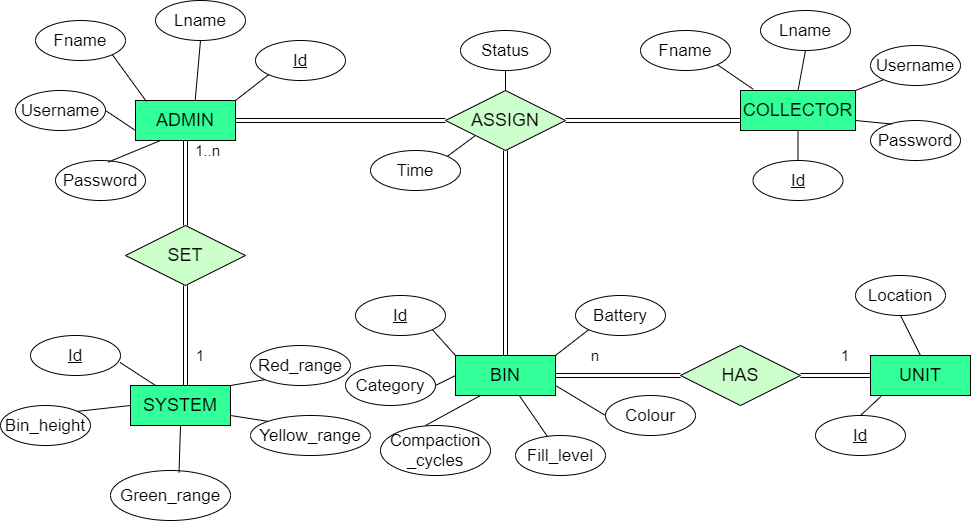
Above: docs/assets/images/diagrams/conceptual_schema.png in cepdnaclk/e17-3yp-smart-garbage-collection (draw.io), before the change. Source tidied: cells renumbered, new cells last; positions are measured from the earlier drawing's top-left corner, leaving out a move shared by most shapes.
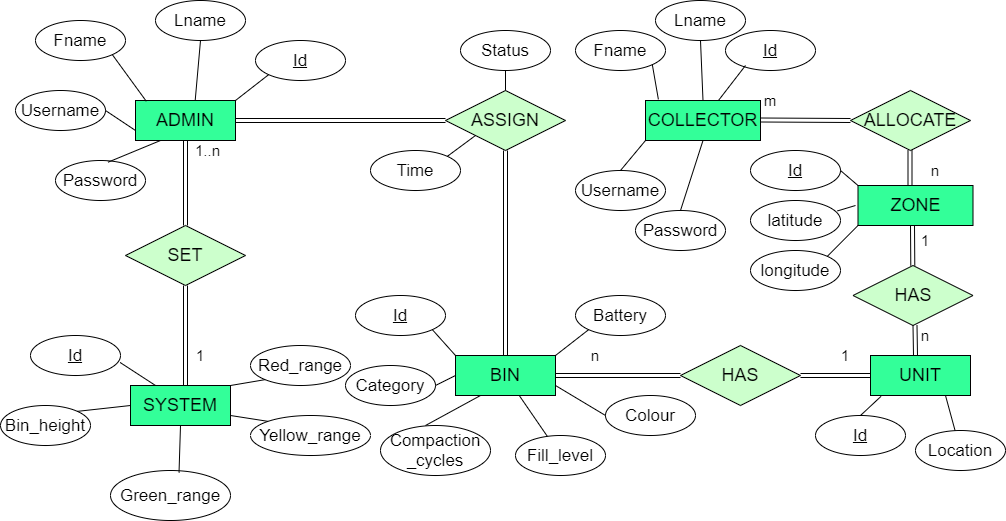
Later version of the same file.

What changed in the source:
```diff
@@ -24,22 +24,22 @@
       <mxGeometry x="155" width="90" height="40" as="geometry" />
     </mxCell>
     <mxCell id="9" value="&lt;font&gt;&lt;font style=&quot;font-size: 18px&quot;&gt;COLLECTOR&lt;/font&gt;&lt;br&gt;&lt;/font&gt;" style="rounded=0;whiteSpace=wrap;html=1;fillColor=#33FF99;" parent="1" vertex="1">
-      <mxGeometry x="740" y="90" width="115" height="40" as="geometry" />
+      <mxGeometry x="645" y="100" width="115" height="40" as="geometry" />
     </mxCell>
     <mxCell id="10" value="&lt;font style=&quot;font-size: 17px&quot;&gt;Fname&lt;/font&gt;" style="ellipse;whiteSpace=wrap;html=1;" parent="1" vertex="1">
-      <mxGeometry x="640" y="30" width="90" height="40" as="geometry" />
+      <mxGeometry x="575" y="30" width="90" height="40" as="geometry" />
     </mxCell>
     <mxCell id="11" value="&lt;font style=&quot;font-size: 17px&quot;&gt;Password&lt;/font&gt;" style="ellipse;whiteSpace=wrap;html=1;" parent="1" vertex="1">
-      <mxGeometry x="870" y="120" width="90" height="40" as="geometry" />
+      <mxGeometry x="635" y="210" width="90" height="40" as="geometry" />
     </mxCell>
     <mxCell id="12" value="&lt;font style=&quot;font-size: 17px&quot;&gt;Username&lt;/font&gt;" style="ellipse;whiteSpace=wrap;html=1;" parent="1" vertex="1">
-      <mxGeometry x="870" y="45" width="90" height="40" as="geometry" />
+      <mxGeometry x="575" y="170" width="90" height="40" as="geometry" />
     </mxCell>
     <mxCell id="13" value="&lt;font style=&quot;font-size: 17px&quot;&gt;&lt;u&gt;Id&lt;/u&gt;&lt;/font&gt;" style="ellipse;whiteSpace=wrap;html=1;" parent="1" vertex="1">
-      <mxGeometry x="752.5" y="160" width="90" height="40" as="geometry" />
+      <mxGeometry x="725" y="30" width="90" height="40" as="geometry" />
     </mxCell>
     <mxCell id="14" value="&lt;font style=&quot;font-size: 17px&quot;&gt;Lname&lt;/font&gt;" style="ellipse;whiteSpace=wrap;html=1;" parent="1" vertex="1">
-      <mxGeometry x="760" y="10" width="90" height="40" as="geometry" />
+      <mxGeometry x="655" width="90" height="40" as="geometry" />
     </mxCell>
     <mxCell id="15" value="&lt;font&gt;&lt;font style=&quot;font-size: 18px&quot;&gt;BIN&lt;/font&gt;&lt;br&gt;&lt;/font&gt;" style="rounded=0;whiteSpace=wrap;html=1;fillColor=#33FF99;" parent="1" vertex="1">
       <mxGeometry x="455" y="355" width="100" height="40" as="geometry" />
@@ -66,7 +66,7 @@
       <mxGeometry x="870" y="355" width="100" height="40" as="geometry" />
     </mxCell>
     <mxCell id="23" value="&lt;font style=&quot;font-size: 17px&quot;&gt;Location&lt;/font&gt;" style="ellipse;whiteSpace=wrap;html=1;" parent="1" vertex="1">
-      <mxGeometry x="855" y="275" width="90" height="40" as="geometry" />
+      <mxGeometry x="915" y="430" width="90" height="40" as="geometry" />
     </mxCell>
     <mxCell id="24" value="&lt;font style=&quot;font-size: 17px&quot;&gt;&lt;u&gt;Id&lt;/u&gt;&lt;/font&gt;" style="ellipse;whiteSpace=wrap;html=1;" parent="1" vertex="1">
       <mxGeometry x="815" y="415" width="90" height="40" as="geometry" />
@@ -124,14 +124,16 @@
     <mxCell id="41" style="endArrow=none;html=1;rounded=0;exitX=0.5;exitY=1;exitDx=0;exitDy=0;entryX=0.5;entryY=0;entryDx=0;entryDy=0;" parent="1" edge="1" source="14" target="9">
       <mxGeometry relative="1" as="geometry" />
     </mxCell>
-    <mxCell id="42" style="endArrow=none;html=1;rounded=0;exitX=0;exitY=1;exitDx=0;exitDy=0;entryX=1;entryY=0;entryDx=0;entryDy=0;" parent="1" edge="1" source="12" target="9">
+    <mxCell id="42" style="endArrow=none;html=1;rounded=0;exitX=0.5;exitY=0;exitDx=0;exitDy=0;entryX=0;entryY=1;entryDx=0;entryDy=0;" parent="1" edge="1" source="12" target="9">
       <mxGeometry relative="1" as="geometry" />
     </mxCell>
-    <mxCell id="43" style="endArrow=none;html=1;rounded=0;exitX=0.24;exitY=0.089;exitDx=0;exitDy=0;entryX=1;entryY=0.75;entryDx=0;entryDy=0;exitPerimeter=0;" parent="1" edge="1" source="11" target="9">
+    <mxCell id="43" style="endArrow=none;html=1;rounded=0;exitX=0.5;exitY=0;exitDx=0;exitDy=0;entryX=0.5;entryY=1;entryDx=0;entryDy=0;" parent="1" edge="1" source="11" target="9">
       <mxGeometry relative="1" as="geometry" />
     </mxCell>
-    <mxCell id="44" style="endArrow=none;html=1;rounded=0;exitX=0.5;exitY=0;exitDx=0;exitDy=0;entryX=0.5;entryY=1;entryDx=0;entryDy=0;" parent="1" edge="1" source="13" target="9">
-      <mxGeometry relative="1" as="geometry" />
+    <mxCell id="44" style="endArrow=none;html=1;rounded=0;" parent="1" edge="1" target="9">
+      <mxGeometry relative="1" as="geometry">
+        <mxPoint x="745" y="65" as="sourcePoint" />
+      </mxGeometry>
     </mxCell>
     <mxCell id="45" style="endArrow=none;html=1;rounded=0;entryX=0.105;entryY=1.022;entryDx=0;entryDy=0;exitX=0.5;exitY=0;exitDx=0;exitDy=0;entryPerimeter=0;" parent="1" edge="1" source="24" target="22">
       <mxGeometry relative="1" as="geometry" />
@@ -180,9 +182,6 @@
     <mxCell id="59" style="endArrow=none;html=1;rounded=0;shape=link;entryX=1;entryY=0.5;entryDx=0;entryDy=0;" parent="1" edge="1" source="31" target="2">
       <mxGeometry relative="1" as="geometry" />
     </mxCell>
-    <mxCell id="60" style="endArrow=none;html=1;rounded=0;shape=link;entryX=0;entryY=0.75;entryDx=0;entryDy=0;exitX=1;exitY=0.5;exitDx=0;exitDy=0;" parent="1" edge="1" source="31" target="9">
-      <mxGeometry relative="1" as="geometry" />
-    </mxCell>
     <mxCell id="61" style="endArrow=none;html=1;rounded=0;shape=link;exitX=0.5;exitY=1;exitDx=0;exitDy=0;" parent="1" edge="1" source="31" target="15">
       <mxGeometry relative="1" as="geometry" />
     </mxCell>
@@ -213,8 +212,73 @@
     <mxCell id="70" style="endArrow=none;html=1;rounded=0;exitX=0;exitY=1;exitDx=0;exitDy=0;entryX=1;entryY=0;entryDx=0;entryDy=0;" parent="1" edge="1" source="31" target="69">
       <mxGeometry relative="1" as="geometry" />
     </mxCell>
-    <mxCell id="71" style="endArrow=none;html=1;rounded=0;entryX=0.5;entryY=0;entryDx=0;entryDy=0;exitX=0.5;exitY=1;exitDx=0;exitDy=0;" parent="1" edge="1" source="23" target="22">
-      <mxGeometry relative="1" as="geometry" />
+    <mxCell id="71" style="endArrow=none;html=1;rounded=0;" parent="1" edge="1" source="23">
+      <mxGeometry relative="1" as="geometry">
+        <mxPoint x="945" y="395" as="targetPoint" />
+      </mxGeometry>
     </mxCell>
+    <mxCell id="72" value="&lt;font style=&quot;font-size: 18px&quot;&gt;ALLOCATE&lt;/font&gt;" style="shape=rhombus;perimeter=rhombusPerimeter;whiteSpace=wrap;html=1;align=center;fillColor=#CCFFCC;" parent="1" vertex="1">
+      <mxGeometry x="850" y="90" width="120" height="60" as="geometry" />
+    </mxCell>
+    <mxCell id="73" value="&lt;font&gt;&lt;font style=&quot;font-size: 18px&quot;&gt;ZONE&lt;/font&gt;&lt;br&gt;&lt;/font&gt;" style="rounded=0;whiteSpace=wrap;html=1;fillColor=#33FF99;" parent="1" vertex="1">
+      <mxGeometry x="857.5" y="185" width="115" height="40" as="geometry" />
+    </mxCell>
+    <mxCell id="74" value="&lt;font style=&quot;font-size: 18px&quot;&gt;HAS&lt;/font&gt;" style="shape=rhombus;perimeter=rhombusPerimeter;whiteSpace=wrap;html=1;align=center;fillColor=#CCFFCC;" parent="1" vertex="1">
+      <mxGeometry x="852.5" y="265" width="120" height="60" as="geometry" />
+    </mxCell>
+    <mxCell id="75" style="endArrow=none;html=1;rounded=0;shape=link;entryX=1;entryY=0.5;entryDx=0;entryDy=0;exitX=0;exitY=0.5;exitDx=0;exitDy=0;" parent="1" edge="1" source="72">
+      <mxGeometry relative="1" as="geometry">
+        <mxPoint x="760" y="119.5" as="targetPoint" />
+      </mxGeometry>
+    </mxCell>
+    <mxCell id="76" style="endArrow=none;html=1;rounded=0;exitX=0.5;exitY=1;exitDx=0;exitDy=0;shape=link;" parent="1" edge="1" target="74">
+      <mxGeometry relative="1" as="geometry">
+        <mxPoint x="912" y="225" as="sourcePoint" />
+      </mxGeometry>
+    </mxCell>
+    <mxCell id="77" style="endArrow=none;html=1;rounded=0;exitX=0.5;exitY=1;exitDx=0;exitDy=0;shape=link;" parent="1" edge="1">
+      <mxGeometry relative="1" as="geometry">
+        <mxPoint x="909.5" y="150" as="sourcePoint" />
+        <mxPoint x="909.5" y="185" as="targetPoint" />
+      </mxGeometry>
+    </mxCell>
+    <mxCell id="78" style="endArrow=none;html=1;rounded=0;exitX=0.5;exitY=1;exitDx=0;exitDy=0;shape=link;" parent="1" edge="1">
+      <mxGeometry relative="1" as="geometry">
+        <mxPoint x="914.5" y="324.9" as="sourcePoint" />
+        <mxPoint x="915" y="355" as="targetPoint" />
+      </mxGeometry>
+    </mxCell>
+    <mxCell id="79" value="&lt;span style=&quot;font-size: 15px&quot;&gt;m&lt;/span&gt;" style="text;html=1;strokeColor=none;fillColor=none;align=center;verticalAlign=middle;whiteSpace=wrap;rounded=0;" parent="1" vertex="1">
+      <mxGeometry x="750" y="90" width="40" height="20" as="geometry" />
+    </mxCell>
+    <mxCell id="80" value="&lt;span style=&quot;font-size: 15px&quot;&gt;n&lt;/span&gt;" style="text;html=1;strokeColor=none;fillColor=none;align=center;verticalAlign=middle;whiteSpace=wrap;rounded=0;" parent="1" vertex="1">
+      <mxGeometry x="915" y="160" width="40" height="20" as="geometry" />
+    </mxCell>
+    <mxCell id="81" value="&lt;span style=&quot;font-size: 15px&quot;&gt;1&lt;/span&gt;" style="text;html=1;strokeColor=none;fillColor=none;align=center;verticalAlign=middle;whiteSpace=wrap;rounded=0;" parent="1" vertex="1">
+      <mxGeometry x="905" y="230" width="40" height="20" as="geometry" />
+    </mxCell>
+    <mxCell id="82" value="&lt;span style=&quot;font-size: 15px&quot;&gt;n&lt;/span&gt;" style="text;html=1;strokeColor=none;fillColor=none;align=center;verticalAlign=middle;whiteSpace=wrap;rounded=0;" parent="1" vertex="1">
+      <mxGeometry x="905" y="325" width="40" height="20" as="geometry" />
+    </mxCell>
+    <mxCell id="83" value="&lt;font style=&quot;font-size: 17px&quot;&gt;&lt;u&gt;Id&lt;/u&gt;&lt;/font&gt;" style="ellipse;whiteSpace=wrap;html=1;" parent="1" vertex="1">
+      <mxGeometry x="750" y="150" width="90" height="40" as="geometry" />
+    </mxCell>
+    <mxCell id="84" value="&lt;span style=&quot;font-size: 17px&quot;&gt;latitude&lt;/span&gt;" style="ellipse;whiteSpace=wrap;html=1;" parent="1" vertex="1">
+      <mxGeometry x="750" y="200" width="90" height="40" as="geometry" />
+    </mxCell>
+    <mxCell id="85" value="&lt;font style=&quot;font-size: 17px&quot;&gt;longitude&lt;/font&gt;" style="ellipse;whiteSpace=wrap;html=1;" parent="1" vertex="1">
+      <mxGeometry x="750" y="250" width="90" height="40" as="geometry" />
+    </mxCell>
+    <mxCell id="86" style="endArrow=none;html=1;rounded=0;exitX=1;exitY=0.5;exitDx=0;exitDy=0;entryX=0;entryY=0;entryDx=0;entryDy=0;" parent="1" edge="1" source="83" target="73">
+      <mxGeometry relative="1" as="geometry" />
+    </mxCell>
+    <mxCell id="87" style="endArrow=none;html=1;rounded=0;exitX=0.967;exitY=0.26;exitDx=0;exitDy=0;exitPerimeter=0;" parent="1" edge="1" source="84">
+      <mxGeometry relative="1" as="geometry">
+        <mxPoint x="855" y="205" as="targetPoint" />
+      </mxGeometry>
+    </mxCell>
+    <mxCell id="88" style="endArrow=none;html=1;rounded=0;exitX=1;exitY=0;exitDx=0;exitDy=0;entryX=0;entryY=1;entryDx=0;entryDy=0;" parent="1" edge="1" source="85" target="73">
+      <mxGeometry relative="1" as="geometry" />
+    </mxCell>
   </root>
 </mxGraphModel>
```
